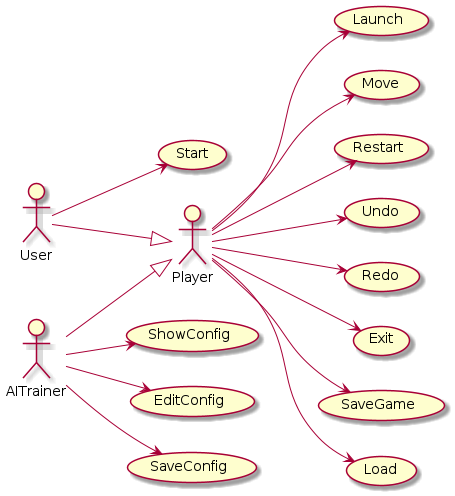
The PlantUML diagram docs/output/use-cases/UseCases.png in Master-Desarrollo-20-21/patrones-diseno---practica-final---juego-de-las-damas-fraylopez, before a commit.
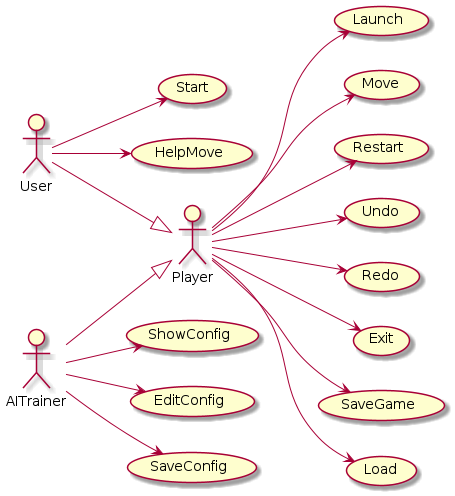
Later version of the same file.

Diff of the diagram source:
```diff
@@ -8,7 +8,6 @@
 User -down-|> Player
 
 usecase Launch
-usecase Start
 usecase Move
 usecase Restart
 usecase Undo
@@ -26,7 +25,11 @@
 Player --> Load
 Player --> Move
 
+usecase Start
+usecase HelpMove
+
 User --> Start
+User --> HelpMove
 
 usecase ShowConfig
 usecase EditConfig
```
